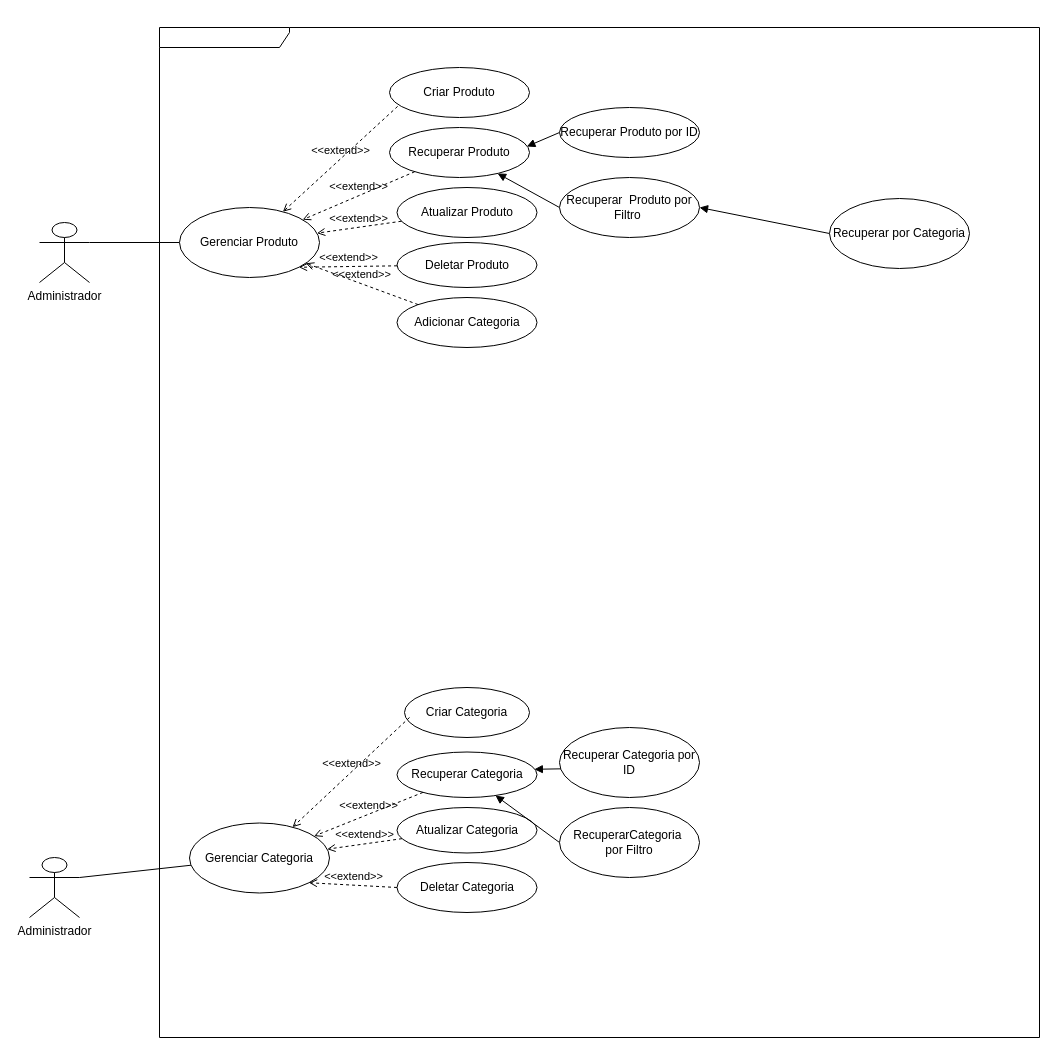
Before: page "Subdominio - Catalogo" (2 of 2) of requirements/ecommerce-use-case.drawio in AdsonVicente/ecommerce-node-api, a draw.io diagram. Source tidied: cells renumbered, new cells numbered last; positions are measured from the earlier drawing's top-left corner, leaving out a move shared by most shapes. Both pictures are drawn from the tidied source at 100%, with x=0, y=0 at pixel (29, 27).
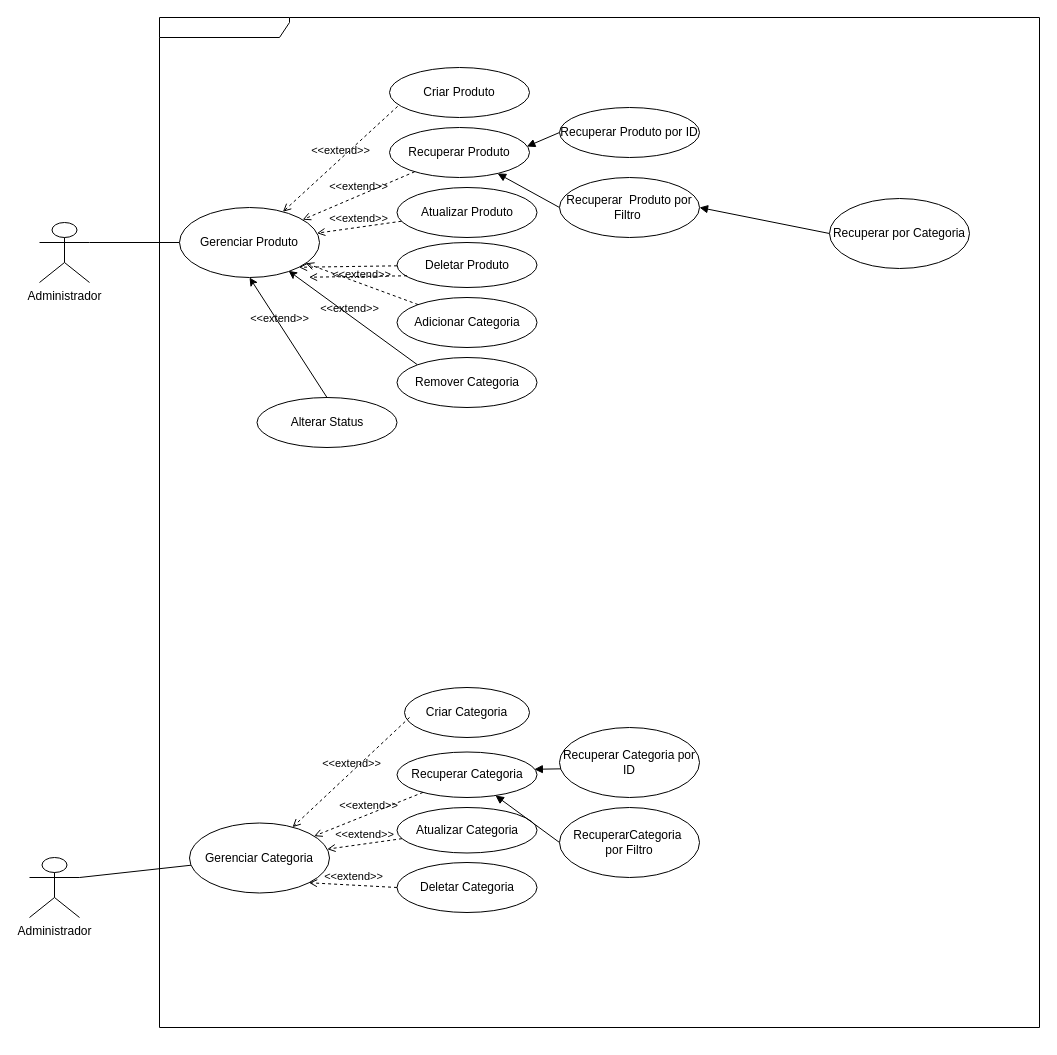
Above is the later version.

Unchanged cells that the change refers to:
```xml
<mxCell id="5" value="Gerenciar Produto" style="ellipse;whiteSpace=wrap;html=1;" parent="1" vertex="1">
  <mxGeometry x="150" y="180" width="140" height="70" as="geometry" />
</mxCell>
<mxCell id="8" value="Deletar Produto" style="ellipse;whiteSpace=wrap;html=1;" parent="1" vertex="1">
  <mxGeometry x="367.5" y="215" width="140" height="45" as="geometry" />
</mxCell>
```

Change to the diagram source:
```diff
@@
     <mxCell id="4" style="shape=umlFrame;whiteSpace=wrap;html=1;width=130;height=20;boundedLbl=1;verticalAlign=middle;align=left;spacingLeft=5;" parent="1" vertex="1">
-      <mxGeometry x="130" width="880" height="1010" as="geometry" />
+      <mxGeometry x="130" y="-10" width="880" height="1010" as="geometry" />
     </mxCell>
@@
     <mxCell id="13" value="&amp;lt;&amp;lt;extend&amp;gt;&amp;gt;" style="html=1;verticalAlign=bottom;labelBackgroundColor=none;endArrow=open;endFill=0;dashed=1;entryX=1;entryY=1;entryDx=0;entryDy=0;" parent="1" edge="1" source="8" target="5">
-      <mxGeometry relative="1" as="geometry" />
+      <mxGeometry x="-0.02" y="51" relative="1" as="geometry" />
     </mxCell>
@@
+    <mxCell id="37" style="edgeStyle=none;html=1;exitX=0;exitY=0;exitDx=0;exitDy=0;entryX=0.779;entryY=0.905;entryDx=0;entryDy=0;entryPerimeter=0;" parent="1" edge="1" source="38" target="5">
+      <mxGeometry relative="1" as="geometry" />
+    </mxCell>
+    <mxCell id="38" value="Remover Categoria" style="ellipse;whiteSpace=wrap;html=1;" parent="1" vertex="1">
+      <mxGeometry x="367.5" y="330" width="140" height="50" as="geometry" />
+    </mxCell>
+    <mxCell id="39" value="Alterar Status" style="ellipse;whiteSpace=wrap;html=1;" parent="1" vertex="1">
+      <mxGeometry x="227.5" y="370" width="140" height="50" as="geometry" />
+    </mxCell>
+    <mxCell id="40" style="edgeStyle=none;html=1;exitX=0.5;exitY=0;exitDx=0;exitDy=0;entryX=0.5;entryY=1;entryDx=0;entryDy=0;" parent="1" edge="1" source="39" target="5">
+      <mxGeometry relative="1" as="geometry" />
+    </mxCell>
+    <mxCell id="41" value="&amp;lt;&amp;lt;extend&amp;gt;&amp;gt;" style="html=1;verticalAlign=bottom;labelBackgroundColor=none;endArrow=open;endFill=0;dashed=1;entryX=1;entryY=1;entryDx=0;entryDy=0;" parent="1" edge="1">
+      <mxGeometry x="1" y="58" relative="1" as="geometry">
+        <mxPoint x="377.5" y="248.3" as="sourcePoint" />
+        <mxPoint x="279.5" y="249.7" as="targetPoint" />
+        <mxPoint x="-30" y="-8" as="offset" />
+      </mxGeometry>
+    </mxCell>
```
